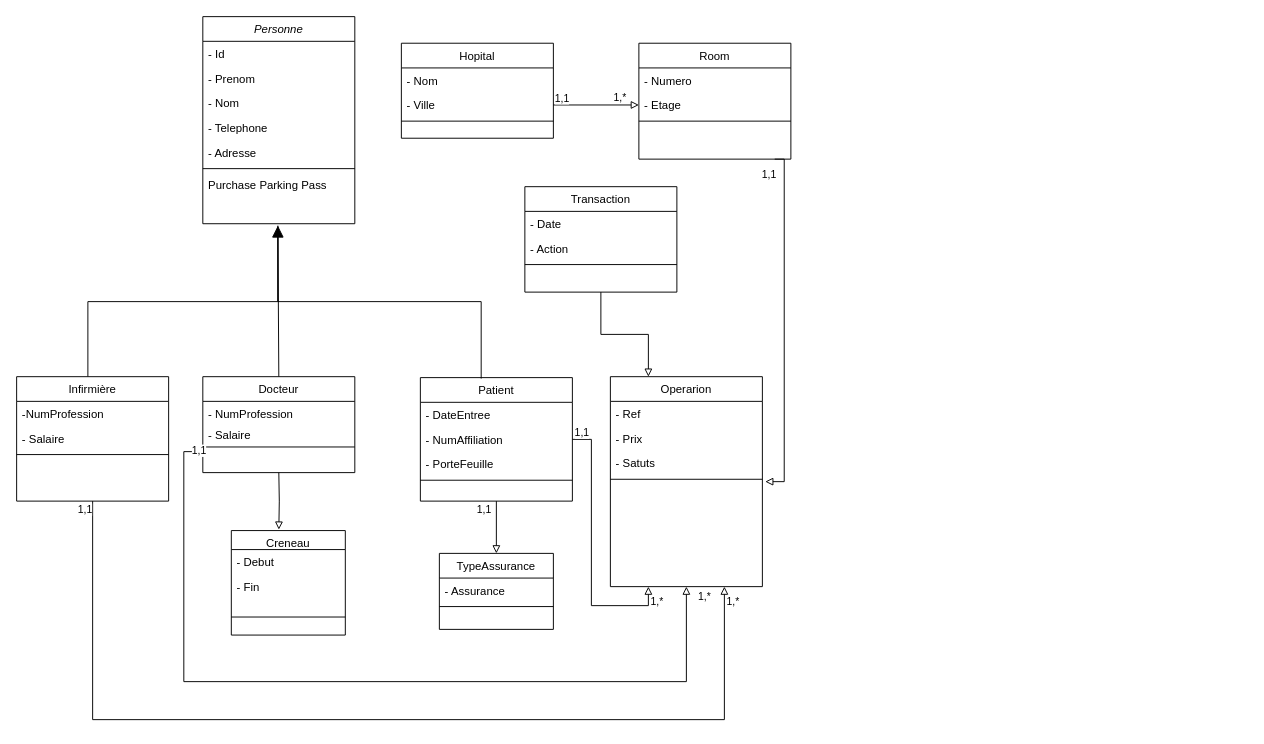
The draw.io diagram Diagramme de classe/FutureMedicine.drawio in Mohamedidbihi/Brief2FutureMedicine, before the edit. Source tidied: cells renumbered, new cells numbered last; positions are measured from the earlier drawing's top-left corner, leaving out a move shared by most shapes. Both pictures are drawn from the tidied source at 95%, with x=0, y=0 at pixel (16, 16).
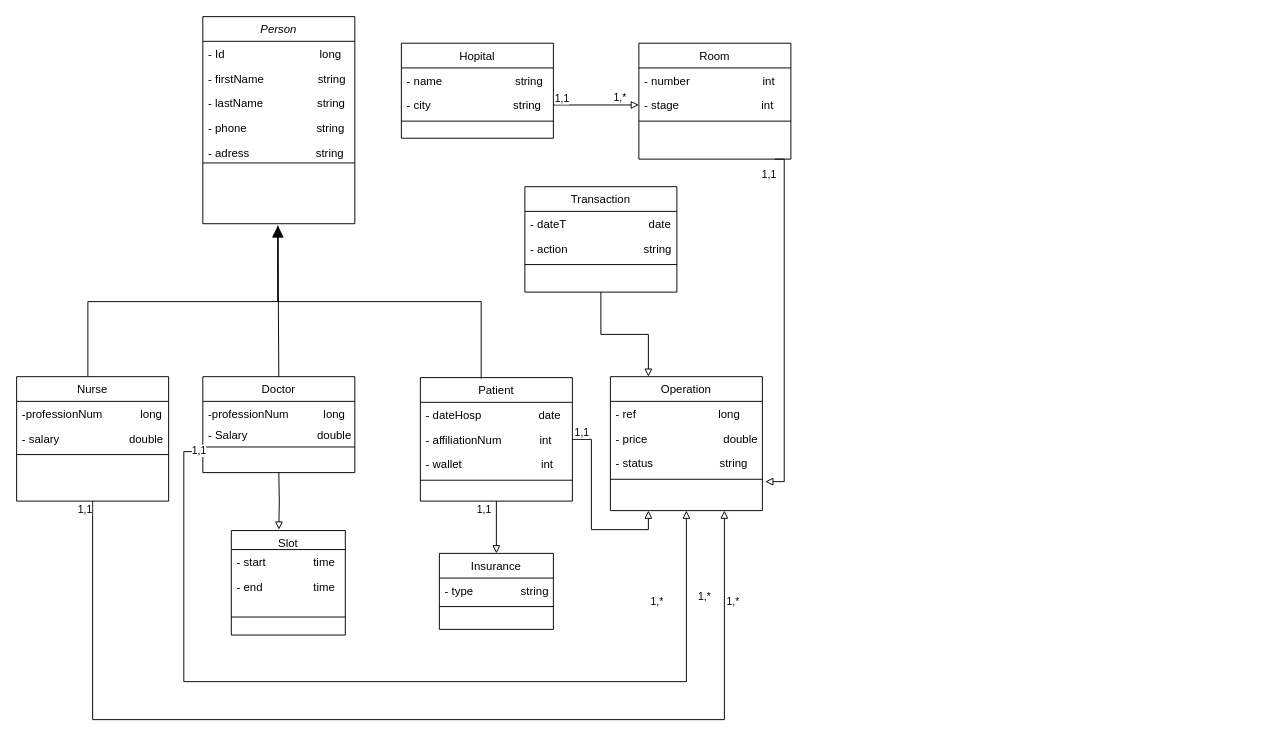
Above is the later version.

Unchanged cells that the change refers to:
```xml
<mxCell id="30" value="Patient" style="swimlane;fontStyle=0;align=center;verticalAlign=top;horizontal=1;startSize=26;rounded=0;shadow=0;strokeWidth=1;" parent="1" vertex="1">
  <mxGeometry x="425" y="380" width="160" height="130" as="geometry" />
</mxCell>
<mxCell id="35" value="Room" style="swimlane;fontStyle=0;align=center;verticalAlign=top;horizontal=1;startSize=26;rounded=0;shadow=0;strokeWidth=1;" parent="1" vertex="1">
  <mxGeometry x="655" y="28" width="160" height="122" as="geometry" />
</mxCell>
<mxCell id="43" value="Hopital" style="swimlane;fontStyle=0;align=center;verticalAlign=top;horizontal=1;startSize=26;rounded=0;shadow=0;strokeWidth=1;" parent="1" vertex="1">
  <mxGeometry x="405" y="28" width="160" height="100" as="geometry" />
</mxCell>
<mxCell id="56" value="Transaction" style="swimlane;fontStyle=0;align=center;verticalAlign=top;horizontal=1;startSize=26;rounded=0;shadow=0;strokeWidth=1;" parent="1" vertex="1">
  <mxGeometry x="535" y="179" width="160" height="111" as="geometry" />
</mxCell>
```

What changed in the source:
```diff
@@
-    <mxCell id="2" value="Personne" style="swimlane;fontStyle=2;align=center;verticalAlign=top;horizontal=1;startSize=26;rounded=0;shadow=0;strokeWidth=1;" parent="1" vertex="1">
+    <mxCell id="2" value="Person" style="swimlane;fontStyle=2;align=center;verticalAlign=top;horizontal=1;startSize=26;rounded=0;shadow=0;strokeWidth=1;" parent="1" vertex="1">
       <mxGeometry x="196" width="160" height="218" as="geometry" />
     </mxCell>
-    <mxCell id="3" value="- Id" style="text;align=left;verticalAlign=top;spacingLeft=4;spacingRight=4;overflow=hidden;" parent="2" vertex="1">
+    <mxCell id="3" value="- Id                              long" style="text;align=left;verticalAlign=top;spacingLeft=4;spacingRight=4;overflow=hidden;" parent="2" vertex="1">
       <mxGeometry y="26" width="160" height="26" as="geometry" />
     </mxCell>
-    <mxCell id="4" value="- Prenom" style="text;align=left;verticalAlign=top;spacingLeft=4;spacingRight=4;overflow=hidden;rounded=0;shadow=0;html=0;" parent="2" vertex="1">
+    <mxCell id="4" value="- firstName                 string" style="text;align=left;verticalAlign=top;spacingLeft=4;spacingRight=4;overflow=hidden;rounded=0;shadow=0;html=0;" parent="2" vertex="1">
       <mxGeometry y="52" width="160" height="26" as="geometry" />
     </mxCell>
-    <mxCell id="5" value="- Nom" style="text;align=left;verticalAlign=top;spacingLeft=4;spacingRight=4;overflow=hidden;rounded=0;shadow=0;html=0;" parent="2" vertex="1">
+    <mxCell id="5" value="- lastName                 string" style="text;align=left;verticalAlign=top;spacingLeft=4;spacingRight=4;overflow=hidden;rounded=0;shadow=0;html=0;" parent="2" vertex="1">
       <mxGeometry y="78" width="160" height="26" as="geometry" />
     </mxCell>
-    <mxCell id="6" value="- Telephone" style="text;align=left;verticalAlign=top;spacingLeft=4;spacingRight=4;overflow=hidden;rounded=0;shadow=0;html=0;" parent="2" vertex="1">
+    <mxCell id="6" value="- phone                      string" style="text;align=left;verticalAlign=top;spacingLeft=4;spacingRight=4;overflow=hidden;rounded=0;shadow=0;html=0;" parent="2" vertex="1">
       <mxGeometry y="104" width="160" height="26" as="geometry" />
     </mxCell>
-    <mxCell id="7" value="- Adresse" style="text;align=left;verticalAlign=top;spacingLeft=4;spacingRight=4;overflow=hidden;rounded=0;shadow=0;html=0;" parent="2" vertex="1">
-      <mxGeometry y="130" width="160" height="26" as="geometry" />
+    <mxCell id="7" value="- adress                     string" style="text;align=left;verticalAlign=top;spacingLeft=4;spacingRight=4;overflow=hidden;rounded=0;shadow=0;html=0;" parent="2" vertex="1">
+      <mxGeometry y="130" width="160" height="20" as="geometry" />
     </mxCell>
     <mxCell id="8" style="line;html=1;strokeWidth=1;align=left;verticalAlign=middle;spacingTop=-1;spacingLeft=3;spacingRight=3;labelPosition=right;" parent="2" vertex="1">
-      <mxGeometry y="156" width="160" height="8" as="geometry" />
+      <mxGeometry y="150" width="160" height="8" as="geometry" />
     </mxCell>
-    <mxCell id="9" value="Purchase Parking Pass" style="text;align=left;verticalAlign=top;spacingLeft=4;spacingRight=4;overflow=hidden;" parent="2" vertex="1">
-      <mxGeometry y="164" width="160" height="26" as="geometry" />
-    </mxCell>
@@
-    <mxCell id="13" value="Infirmière" style="swimlane;fontStyle=0;align=center;verticalAlign=top;horizontal=1;startSize=26;rounded=0;shadow=0;strokeWidth=1;" parent="1" vertex="1">
+    <mxCell id="13" value="Nurse" style="swimlane;fontStyle=0;align=center;verticalAlign=top;horizontal=1;startSize=26;rounded=0;shadow=0;strokeWidth=1;" parent="1" vertex="1">
       <mxGeometry y="379" width="160" height="131" as="geometry" />
     </mxCell>
-    <mxCell id="14" value="-NumProfession" style="text;align=left;verticalAlign=top;spacingLeft=4;spacingRight=4;overflow=hidden;rounded=0;shadow=0;html=0;" parent="13" vertex="1">
+    <mxCell id="14" value="-professionNum            long" style="text;align=left;verticalAlign=top;spacingLeft=4;spacingRight=4;overflow=hidden;rounded=0;shadow=0;html=0;" parent="13" vertex="1">
       <mxGeometry y="26" width="160" height="26" as="geometry" />
     </mxCell>
-    <mxCell id="15" value="- Salaire" style="text;align=left;verticalAlign=top;spacingLeft=4;spacingRight=4;overflow=hidden;rounded=0;shadow=0;html=0;" parent="13" vertex="1">
+    <mxCell id="15" value="- salary                      double" style="text;align=left;verticalAlign=top;spacingLeft=4;spacingRight=4;overflow=hidden;rounded=0;shadow=0;html=0;" parent="13" vertex="1">
       <mxGeometry y="52" width="160" height="26" as="geometry" />
     </mxCell>
@@
-    <mxCell id="17" value="Docteur" style="swimlane;fontStyle=0;align=center;verticalAlign=top;horizontal=1;startSize=26;rounded=0;shadow=0;strokeWidth=1;" parent="1" vertex="1">
+    <mxCell id="17" value="Doctor" style="swimlane;fontStyle=0;align=center;verticalAlign=top;horizontal=1;startSize=26;rounded=0;shadow=0;strokeWidth=1;" parent="1" vertex="1">
       <mxGeometry x="196" y="379" width="160" height="101" as="geometry" />
     </mxCell>
-    <mxCell id="18" value="- NumProfession" style="text;align=left;verticalAlign=top;spacingLeft=4;spacingRight=4;overflow=hidden;" parent="17" vertex="1">
+    <mxCell id="18" value="-professionNum           long" style="text;align=left;verticalAlign=top;spacingLeft=4;spacingRight=4;overflow=hidden;" parent="17" vertex="1">
       <mxGeometry y="26" width="160" height="22" as="geometry" />
     </mxCell>
-    <mxCell id="19" value="- Salaire" style="text;align=left;verticalAlign=top;spacingLeft=4;spacingRight=4;overflow=hidden;points=[[0,0.5],[1,0.5]];portConstraint=eastwest;" parent="17" vertex="1">
+    <mxCell id="19" value="- Salary                      double" style="text;align=left;verticalAlign=top;spacingLeft=4;spacingRight=4;overflow=hidden;points=[[0,0.5],[1,0.5]];portConstraint=eastwest;" parent="17" vertex="1">
       <mxGeometry y="48" width="160" height="22" as="geometry" />
     </mxCell>
@@
-    <mxCell id="24" value="Operarion" style="swimlane;fontStyle=0;align=center;verticalAlign=top;horizontal=1;startSize=26;rounded=0;shadow=0;strokeWidth=1;" parent="1" vertex="1">
-      <mxGeometry x="625" y="379" width="160" height="221" as="geometry" />
+    <mxCell id="24" value="Operation" style="swimlane;fontStyle=0;align=center;verticalAlign=top;horizontal=1;startSize=26;rounded=0;shadow=0;strokeWidth=1;" parent="1" vertex="1">
+      <mxGeometry x="625" y="379" width="160" height="141" as="geometry" />
     </mxCell>
-    <mxCell id="25" value="- Ref&#10;" style="text;align=left;verticalAlign=top;spacingLeft=4;spacingRight=4;overflow=hidden;" parent="24" vertex="1">
+    <mxCell id="25" value="- ref                          long&#10;  " style="text;align=left;verticalAlign=top;spacingLeft=4;spacingRight=4;overflow=hidden;" parent="24" vertex="1">
       <mxGeometry y="26" width="160" height="26" as="geometry" />
     </mxCell>
-    <mxCell id="26" value="- Prix&#10;" style="text;align=left;verticalAlign=top;spacingLeft=4;spacingRight=4;overflow=hidden;" parent="24" vertex="1">
+    <mxCell id="26" value="- price                        double&#10;" style="text;align=left;verticalAlign=top;spacingLeft=4;spacingRight=4;overflow=hidden;" parent="24" vertex="1">
       <mxGeometry y="52" width="160" height="26" as="geometry" />
     </mxCell>
-    <mxCell id="27" value="- Satuts&#10;" style="text;align=left;verticalAlign=top;spacingLeft=4;spacingRight=4;overflow=hidden;" parent="24" vertex="1">
+    <mxCell id="27" value="- status                     string&#10;" style="text;align=left;verticalAlign=top;spacingLeft=4;spacingRight=4;overflow=hidden;" parent="24" vertex="1">
       <mxGeometry y="78" width="160" height="26" as="geometry" />
     </mxCell>
@@
-    <mxCell id="31" value="- DateEntree" style="text;align=left;verticalAlign=top;spacingLeft=4;spacingRight=4;overflow=hidden;" parent="30" vertex="1">
+    <mxCell id="31" value="- dateHosp                  date" style="text;align=left;verticalAlign=top;spacingLeft=4;spacingRight=4;overflow=hidden;" parent="30" vertex="1">
       <mxGeometry y="26" width="160" height="26" as="geometry" />
     </mxCell>
-    <mxCell id="32" value="- NumAffiliation" style="text;align=left;verticalAlign=top;spacingLeft=4;spacingRight=4;overflow=hidden;points=[[0,0.5],[1,0.5]];portConstraint=eastwest;" parent="30" vertex="1">
+    <mxCell id="32" value="- affiliationNum            int" style="text;align=left;verticalAlign=top;spacingLeft=4;spacingRight=4;overflow=hidden;points=[[0,0.5],[1,0.5]];portConstraint=eastwest;" parent="30" vertex="1">
       <mxGeometry y="52" width="160" height="26" as="geometry" />
     </mxCell>
-    <mxCell id="33" value="- PorteFeuille" style="text;align=left;verticalAlign=top;spacingLeft=4;spacingRight=4;overflow=hidden;" parent="30" vertex="1">
+    <mxCell id="33" value="- wallet                         int" style="text;align=left;verticalAlign=top;spacingLeft=4;spacingRight=4;overflow=hidden;" parent="30" vertex="1">
       <mxGeometry y="78" width="160" height="26" as="geometry" />
     </mxCell>
@@
-    <mxCell id="36" value="- Numero " style="text;align=left;verticalAlign=top;spacingLeft=4;spacingRight=4;overflow=hidden;rounded=0;shadow=0;html=0;" parent="35" vertex="1">
+    <mxCell id="36" value="- number                       int" style="text;align=left;verticalAlign=top;spacingLeft=4;spacingRight=4;overflow=hidden;rounded=0;shadow=0;html=0;" parent="35" vertex="1">
       <mxGeometry y="26" width="160" height="26" as="geometry" />
     </mxCell>
-    <mxCell id="37" value="- Etage" style="text;align=left;verticalAlign=top;spacingLeft=4;spacingRight=4;overflow=hidden;points=[[0,0.5],[1,0.5]];portConstraint=eastwest;" parent="35" vertex="1">
+    <mxCell id="37" value="- stage                          int" style="text;align=left;verticalAlign=top;spacingLeft=4;spacingRight=4;overflow=hidden;points=[[0,0.5],[1,0.5]];portConstraint=eastwest;" parent="35" vertex="1">
       <mxGeometry y="52" width="160" height="26" as="geometry" />
     </mxCell>
@@
-    <mxCell id="40" value="TypeAssurance" style="swimlane;fontStyle=0;align=center;verticalAlign=top;horizontal=1;startSize=26;rounded=0;shadow=0;strokeWidth=1;" parent="1" vertex="1">
+    <mxCell id="40" value="Insurance" style="swimlane;fontStyle=0;align=center;verticalAlign=top;horizontal=1;startSize=26;rounded=0;shadow=0;strokeWidth=1;" parent="1" vertex="1">
       <mxGeometry x="445" y="565" width="120" height="80" as="geometry" />
     </mxCell>
-    <mxCell id="41" value="- Assurance" style="text;align=left;verticalAlign=top;spacingLeft=4;spacingRight=4;overflow=hidden;" parent="40" vertex="1">
+    <mxCell id="41" value="- type               string" style="text;align=left;verticalAlign=top;spacingLeft=4;spacingRight=4;overflow=hidden;" parent="40" vertex="1">
       <mxGeometry y="26" width="120" height="26" as="geometry" />
     </mxCell>
@@
-    <mxCell id="44" value="- Nom" style="text;align=left;verticalAlign=top;spacingLeft=4;spacingRight=4;overflow=hidden;" parent="43" vertex="1">
+    <mxCell id="44" value="- name                       string" style="text;align=left;verticalAlign=top;spacingLeft=4;spacingRight=4;overflow=hidden;" parent="43" vertex="1">
       <mxGeometry y="26" width="160" height="26" as="geometry" />
     </mxCell>
-    <mxCell id="45" value="- Ville" style="text;align=left;verticalAlign=top;spacingLeft=4;spacingRight=4;overflow=hidden;points=[[0,0.5],[1,0.5]];portConstraint=eastwest;" parent="43" vertex="1">
+    <mxCell id="45" value="- city                          string" style="text;align=left;verticalAlign=top;spacingLeft=4;spacingRight=4;overflow=hidden;points=[[0,0.5],[1,0.5]];portConstraint=eastwest;" parent="43" vertex="1">
       <mxGeometry y="52" width="160" height="26" as="geometry" />
     </mxCell>
@@
-    <mxCell id="49" value="Creneau" style="swimlane;fontStyle=0;align=center;verticalAlign=top;horizontal=1;startSize=20;rounded=0;shadow=0;strokeWidth=1;" parent="1" vertex="1">
+    <mxCell id="49" value="Slot" style="swimlane;fontStyle=0;align=center;verticalAlign=top;horizontal=1;startSize=20;rounded=0;shadow=0;strokeWidth=1;" parent="1" vertex="1">
       <mxGeometry x="226" y="541" width="120" height="110" as="geometry" />
     </mxCell>
-    <mxCell id="50" value="- Debut" style="text;align=left;verticalAlign=top;spacingLeft=4;spacingRight=4;overflow=hidden;" parent="49" vertex="1">
+    <mxCell id="50" value="- start               time" style="text;align=left;verticalAlign=top;spacingLeft=4;spacingRight=4;overflow=hidden;" parent="49" vertex="1">
       <mxGeometry y="20" width="120" height="26" as="geometry" />
     </mxCell>
-    <mxCell id="51" value="- Fin" style="text;align=left;verticalAlign=top;spacingLeft=4;spacingRight=4;overflow=hidden;" parent="49" vertex="1">
+    <mxCell id="51" value="- end                time" style="text;align=left;verticalAlign=top;spacingLeft=4;spacingRight=4;overflow=hidden;" parent="49" vertex="1">
       <mxGeometry y="46" width="120" height="26" as="geometry" />
     </mxCell>
@@
-    <mxCell id="57" value="- Date" style="text;align=left;verticalAlign=top;spacingLeft=4;spacingRight=4;overflow=hidden;" parent="56" vertex="1">
+    <mxCell id="57" value="- dateT                          date" style="text;align=left;verticalAlign=top;spacingLeft=4;spacingRight=4;overflow=hidden;" parent="56" vertex="1">
       <mxGeometry y="26" width="160" height="26" as="geometry" />
     </mxCell>
-    <mxCell id="58" value="- Action" style="text;align=left;verticalAlign=top;spacingLeft=4;spacingRight=4;overflow=hidden;" parent="56" vertex="1">
+    <mxCell id="58" value="- action                        string" style="text;align=left;verticalAlign=top;spacingLeft=4;spacingRight=4;overflow=hidden;" parent="56" vertex="1">
       <mxGeometry y="52" width="160" height="26" as="geometry" />
     </mxCell>
```
